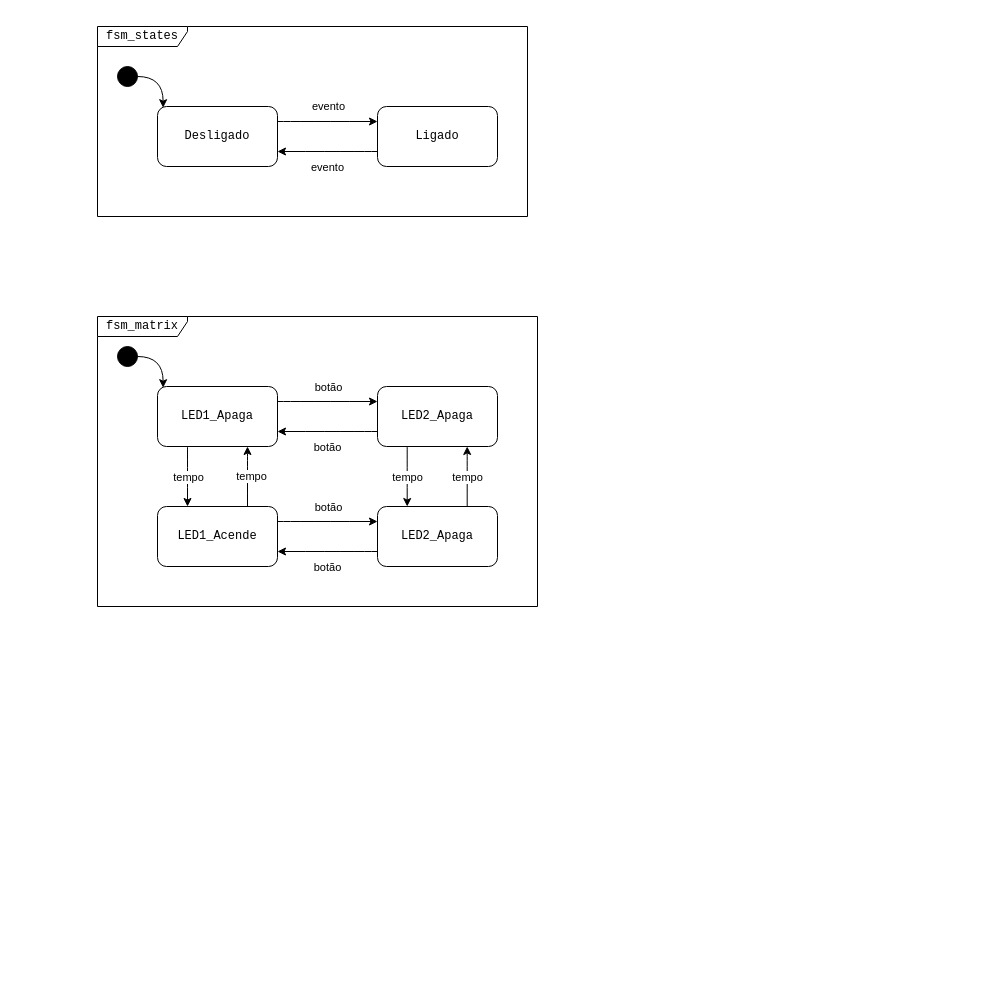
The draw.io diagram Projects/Laboratório_03/mef/lab03.drawio in fsmiamoto/TM4C1294_Bare_IAR9, before the edit. Source tidied: cells renumbered, new cells numbered last; positions are measured from the earlier drawing's top-left corner, leaving out a move shared by most shapes. Both pictures are drawn from the tidied source at 100%, with x=0, y=0 at pixel (97, 26).
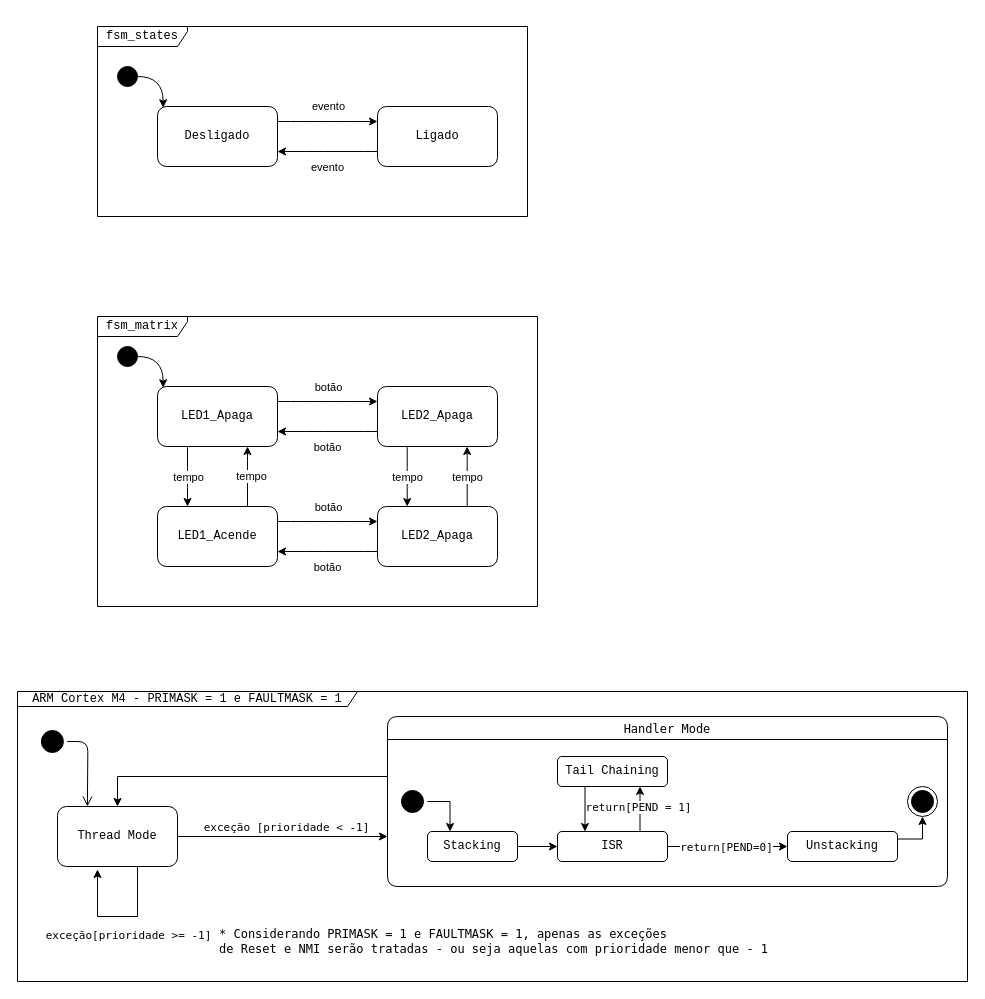
After the change.

Commit message (it also covers changes not shown here):
feat(lab03): add last state machine diagram

What changed in the source:
```diff
@@
+    <mxCell id="34" value="&lt;pre&gt;ARM Cortex M4 - PRIMASK = 1 e FAULTMASK = 1&lt;/pre&gt;" style="shape=umlFrame;whiteSpace=wrap;html=1;width=340;height=15;" parent="1" vertex="1">
+      <mxGeometry x="-80" y="665" width="950" height="290" as="geometry" />
+    </mxCell>
@@
+    <mxCell id="35" style="edgeStyle=orthogonalEdgeStyle;rounded=0;jettySize=auto;html=1;fontFamily=Lucida Console;" parent="1" edge="1" source="37">
+      <mxGeometry relative="1" as="geometry">
+        <mxPoint x="290" y="810" as="targetPoint" />
+      </mxGeometry>
+    </mxCell>
+    <mxCell id="36" value="exceção [prioridade &amp;lt; -1]" style="edgeLabel;html=1;align=center;verticalAlign=middle;fontFamily=Lucida Console;" parent="35" vertex="1">
+      <mxGeometry x="0.09" y="-3" relative="1" as="geometry">
+        <mxPoint x="-6" y="-13" as="offset" />
+      </mxGeometry>
+    </mxCell>
+    <mxCell id="37" value="&lt;pre&gt;Thread Mode&lt;/pre&gt;" style="rounded=1;whiteSpace=wrap;html=1;" parent="1" vertex="1">
+      <mxGeometry x="-40" y="780" width="120" height="60" as="geometry" />
+    </mxCell>
+    <mxCell id="38" style="edgeStyle=orthogonalEdgeStyle;rounded=0;jettySize=auto;html=1;exitX=0;exitY=0.25;exitDx=0;exitDy=0;entryX=0.5;entryY=0;entryDx=0;entryDy=0;fontFamily=Lucida Console;" parent="1" edge="1" source="39" target="37">
+      <mxGeometry relative="1" as="geometry">
+        <Array as="points">
+          <mxPoint x="290" y="750" />
+          <mxPoint x="20" y="750" />
+        </Array>
+      </mxGeometry>
+    </mxCell>
+    <mxCell id="39" value="Handler Mode" style="swimlane;rounded=1;fontFamily=Lucida Console;fontStyle=0;" parent="1" vertex="1">
+      <mxGeometry x="290" y="690" width="560" height="170" as="geometry" />
+    </mxCell>
+    <mxCell id="40" style="edgeStyle=orthogonalEdgeStyle;rounded=0;jettySize=auto;html=1;exitX=0.75;exitY=0;exitDx=0;exitDy=0;entryX=0.75;entryY=1;entryDx=0;entryDy=0;fontFamily=Lucida Console;strokeColor=#000000;" parent="39" edge="1" source="42" target="53">
+      <mxGeometry relative="1" as="geometry" />
+    </mxCell>
+    <mxCell id="41" value="return[PEND = 1]" style="edgeLabel;html=1;align=center;verticalAlign=middle;fontFamily=Lucida Console;" parent="40" vertex="1">
+      <mxGeometry x="-0.24" y="1" relative="1" as="geometry">
+        <mxPoint x="-1" y="-8" as="offset" />
+      </mxGeometry>
+    </mxCell>
+    <mxCell id="42" value="&lt;pre&gt;ISR&lt;/pre&gt;" style="rounded=1;whiteSpace=wrap;html=1;" parent="39" vertex="1">
+      <mxGeometry x="170" y="115" width="110" height="30" as="geometry" />
+    </mxCell>
+    <mxCell id="43" style="edgeStyle=orthogonalEdgeStyle;rounded=0;jettySize=auto;html=1;exitX=1;exitY=0.5;exitDx=0;exitDy=0;entryX=0;entryY=0.5;entryDx=0;entryDy=0;fontFamily=Lucida Console;strokeColor=#000000;" parent="39" edge="1" source="44" target="42">
+      <mxGeometry relative="1" as="geometry" />
+    </mxCell>
+    <mxCell id="44" value="&lt;pre&gt;Stacking&lt;/pre&gt;" style="rounded=1;whiteSpace=wrap;html=1;" parent="39" vertex="1">
+      <mxGeometry x="40" y="115" width="90" height="30" as="geometry" />
+    </mxCell>
+    <mxCell id="45" value="&lt;pre&gt;Unstacking&lt;/pre&gt;" style="rounded=1;whiteSpace=wrap;html=1;" parent="39" vertex="1">
+      <mxGeometry x="400" y="115" width="110" height="30" as="geometry" />
+    </mxCell>
+    <mxCell id="46" style="ellipse;html=1;shape=endState;fillColor=#000000;rounded=1;fontFamily=Lucida Console;" parent="39" vertex="1">
+      <mxGeometry x="520" y="70" width="30" height="30" as="geometry" />
+    </mxCell>
+    <mxCell id="47" style="edgeStyle=orthogonalEdgeStyle;rounded=0;jettySize=auto;html=1;exitX=1;exitY=0.25;exitDx=0;exitDy=0;entryX=0.5;entryY=1;entryDx=0;entryDy=0;fontFamily=Lucida Console;strokeColor=#000000;" parent="39" edge="1" source="45" target="46">
+      <mxGeometry relative="1" as="geometry" />
+    </mxCell>
+    <mxCell id="48" style="edgeStyle=orthogonalEdgeStyle;rounded=0;jettySize=auto;html=1;exitX=1;exitY=0.5;exitDx=0;exitDy=0;entryX=0.25;entryY=0;entryDx=0;entryDy=0;fontFamily=Lucida Console;strokeColor=#000000;" parent="39" edge="1" source="49" target="44">
+      <mxGeometry relative="1" as="geometry" />
+    </mxCell>
+    <mxCell id="49" style="ellipse;html=1;shape=startState;fillColor=#000000;rounded=1;fontFamily=Lucida Console;" parent="39" vertex="1">
+      <mxGeometry x="10" y="70" width="30" height="30" as="geometry" />
+    </mxCell>
+    <mxCell id="50" style="edgeStyle=orthogonalEdgeStyle;rounded=0;jettySize=auto;html=1;exitX=1;exitY=0.5;exitDx=0;exitDy=0;entryX=0;entryY=0.5;entryDx=0;entryDy=0;fontFamily=Lucida Console;strokeColor=#000000;" parent="39" edge="1" source="42" target="45">
+      <mxGeometry relative="1" as="geometry">
+        <Array as="points">
+          <mxPoint x="300" y="130" />
+          <mxPoint x="300" y="130" />
+        </Array>
+      </mxGeometry>
+    </mxCell>
+    <mxCell id="51" value="return[PEND=0]" style="edgeLabel;html=1;align=center;verticalAlign=middle;fontFamily=Lucida Console;" parent="50" vertex="1">
+      <mxGeometry x="-0.73" relative="1" as="geometry">
+        <mxPoint x="42" as="offset" />
+      </mxGeometry>
+    </mxCell>
+    <mxCell id="52" style="edgeStyle=orthogonalEdgeStyle;rounded=0;jettySize=auto;html=1;exitX=0.25;exitY=1;exitDx=0;exitDy=0;entryX=0.25;entryY=0;entryDx=0;entryDy=0;fontFamily=Lucida Console;strokeColor=#000000;" parent="39" edge="1" source="53" target="42">
+      <mxGeometry relative="1" as="geometry" />
+    </mxCell>
+    <mxCell id="53" value="&lt;pre&gt;Tail Chaining&lt;/pre&gt;" style="rounded=1;whiteSpace=wrap;html=1;" parent="39" vertex="1">
+      <mxGeometry x="170" y="40" width="110" height="30" as="geometry" />
+    </mxCell>
+    <mxCell id="54" style="edgeStyle=orthogonalEdgeStyle;rounded=0;jettySize=auto;html=1;exitX=0.5;exitY=1;exitDx=0;exitDy=0;fontFamily=Lucida Console;" parent="1" edge="1" source="37">
+      <mxGeometry relative="1" as="geometry">
+        <mxPoint y="843" as="targetPoint" />
+        <Array as="points">
+          <mxPoint x="40" y="840" />
+          <mxPoint x="40" y="890" />
+          <mxPoint y="890" />
+        </Array>
+      </mxGeometry>
+    </mxCell>
+    <mxCell id="55" value="exceção[prioridade &amp;gt;= -1]" style="edgeLabel;html=1;align=center;verticalAlign=middle;fontFamily=Lucida Console;" parent="54" vertex="1">
+      <mxGeometry x="-0.54" y="1" relative="1" as="geometry">
+        <mxPoint x="-11" y="52" as="offset" />
+      </mxGeometry>
+    </mxCell>
+    <mxCell id="56" style="ellipse;html=1;shape=startState;fillColor=#000000;rounded=1;fontFamily=Lucida Console;" parent="1" vertex="1">
+      <mxGeometry x="-60.1" y="700" width="30" height="30" as="geometry" />
+    </mxCell>
+    <mxCell id="57" style="edgeStyle=orthogonalEdgeStyle;html=1;verticalAlign=bottom;endArrow=open;endSize=8;fontFamily=Lucida Console;entryX=0.25;entryY=0;entryDx=0;entryDy=0;" parent="1" edge="1" source="56">
+      <mxGeometry relative="1" as="geometry">
+        <mxPoint x="-10.1" y="780" as="targetPoint" />
+      </mxGeometry>
+    </mxCell>
+    <mxCell id="58" value="* Considerando PRIMASK = 1 e FAULTMASK = 1, apenas as exceções &lt;br&gt;de Reset e NMI serão tratadas - ou seja aquelas com prioridade menor que - 1" style="text;html=1;align=left;verticalAlign=middle;strokeColor=none;fontFamily=Lucida Console;" parent="1" vertex="1">
+      <mxGeometry x="120" y="900" width="440" height="30" as="geometry" />
+    </mxCell>
```
